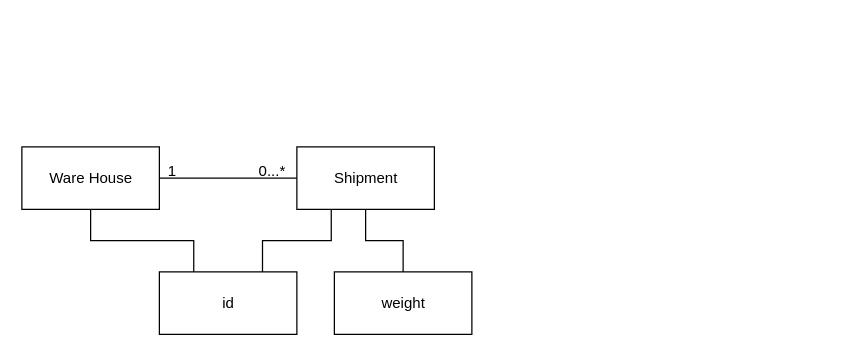
Above: documentation/Domain.drawio in konglor/GENERIC-TEAM (draw.io), before the change. Source tidied: cells renumbered, new cells numbered last; positions are measured from the earlier drawing's top-left corner, leaving out a move shared by most shapes. Both pictures are drawn from the tidied source at 125%, with x=0, y=0 at pixel (21, 146).
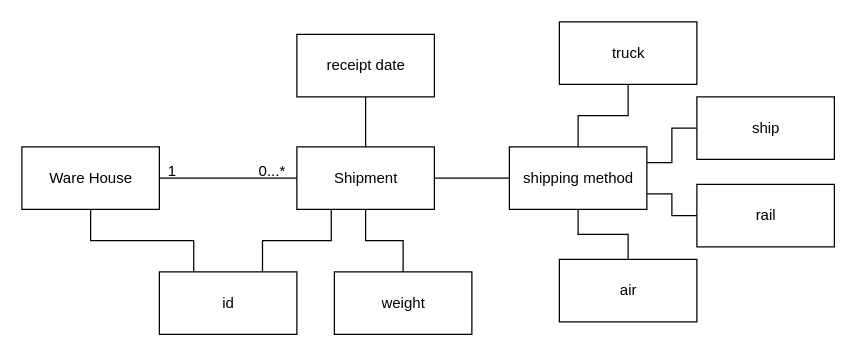
After the change.

The change refers to these unchanged cells:
```xml
<mxCell id="4" value="Shipment" style="html=1;strokeColor=#000000;" parent="1" vertex="1">
  <mxGeometry x="220" width="110" height="50" as="geometry" />
</mxCell>
```

Diff of the diagram source:
```diff
@@
+    <mxCell id="12" style="edgeStyle=orthogonalEdgeStyle;rounded=0;jettySize=auto;html=1;entryX=1;entryY=0.5;entryDx=0;entryDy=0;endArrow=none;endFill=0;" parent="1" edge="1" source="15" target="4">
+      <mxGeometry relative="1" as="geometry" />
+    </mxCell>
+    <mxCell id="13" style="edgeStyle=orthogonalEdgeStyle;rounded=0;jettySize=auto;html=1;entryX=0.5;entryY=1;entryDx=0;entryDy=0;endArrow=none;endFill=0;" parent="1" edge="1" source="15" target="18">
+      <mxGeometry relative="1" as="geometry" />
+    </mxCell>
+    <mxCell id="14" style="edgeStyle=orthogonalEdgeStyle;rounded=0;jettySize=auto;html=1;entryX=0;entryY=0.5;entryDx=0;entryDy=0;endArrow=none;endFill=0;exitX=1;exitY=0.25;exitDx=0;exitDy=0;" parent="1" edge="1" source="15" target="21">
+      <mxGeometry relative="1" as="geometry" />
+    </mxCell>
+    <mxCell id="15" value="shipping method" style="html=1;strokeColor=#000000;" parent="1" vertex="1">
+      <mxGeometry x="390" width="110" height="50" as="geometry" />
+    </mxCell>
+    <mxCell id="16" style="edgeStyle=orthogonalEdgeStyle;rounded=0;jettySize=auto;html=1;entryX=0.5;entryY=1;entryDx=0;entryDy=0;endArrow=none;endFill=0;" parent="1" edge="1" source="17" target="15">
+      <mxGeometry relative="1" as="geometry" />
+    </mxCell>
+    <mxCell id="17" value="air" style="html=1;strokeColor=#000000;" parent="1" vertex="1">
+      <mxGeometry x="430" y="90" width="110" height="50" as="geometry" />
+    </mxCell>
+    <mxCell id="18" value="truck" style="html=1;strokeColor=#000000;" parent="1" vertex="1">
+      <mxGeometry x="430" y="-100" width="110" height="50" as="geometry" />
+    </mxCell>
+    <mxCell id="19" style="edgeStyle=orthogonalEdgeStyle;rounded=0;jettySize=auto;html=1;entryX=1;entryY=0.75;entryDx=0;entryDy=0;endArrow=none;endFill=0;" parent="1" edge="1" source="20" target="15">
+      <mxGeometry relative="1" as="geometry" />
+    </mxCell>
+    <mxCell id="20" value="rail" style="html=1;strokeColor=#000000;" parent="1" vertex="1">
+      <mxGeometry x="540" y="30" width="110" height="50" as="geometry" />
+    </mxCell>
+    <mxCell id="21" value="ship" style="html=1;strokeColor=#000000;" parent="1" vertex="1">
+      <mxGeometry x="540" y="-40" width="110" height="50" as="geometry" />
+    </mxCell>
+    <mxCell id="22" style="edgeStyle=orthogonalEdgeStyle;rounded=0;jettySize=auto;html=1;entryX=0.5;entryY=0;entryDx=0;entryDy=0;endArrow=none;endFill=0;" parent="1" edge="1" source="23" target="4">
+      <mxGeometry relative="1" as="geometry" />
+    </mxCell>
+    <mxCell id="23" value="receipt date" style="html=1;strokeColor=#000000;" parent="1" vertex="1">
+      <mxGeometry x="220" y="-90" width="110" height="50" as="geometry" />
+    </mxCell>
```
